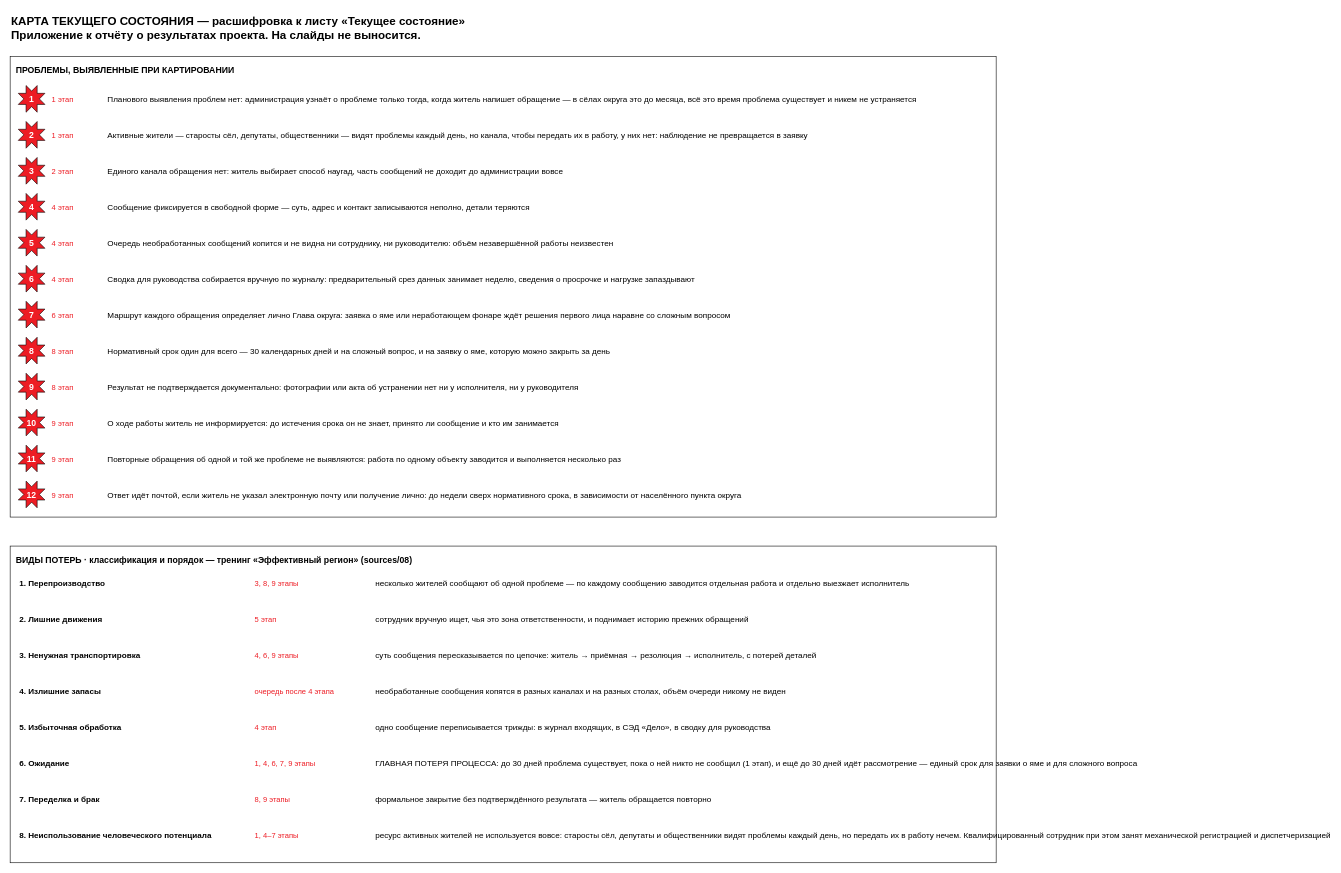
The draw.io diagram page "Проблемы и потери" (2 of 2) of файлы/karta-tekushchego.drawio in NiceGenn/Team-28-progress, before the edit. Source tidied: cells renumbered, new cells numbered last; positions are measured from the earlier drawing's top-left corner, leaving out a move shared by most shapes. Both pictures are drawn from the tidied source at 58%, with x=0, y=0 at pixel (10, 10).
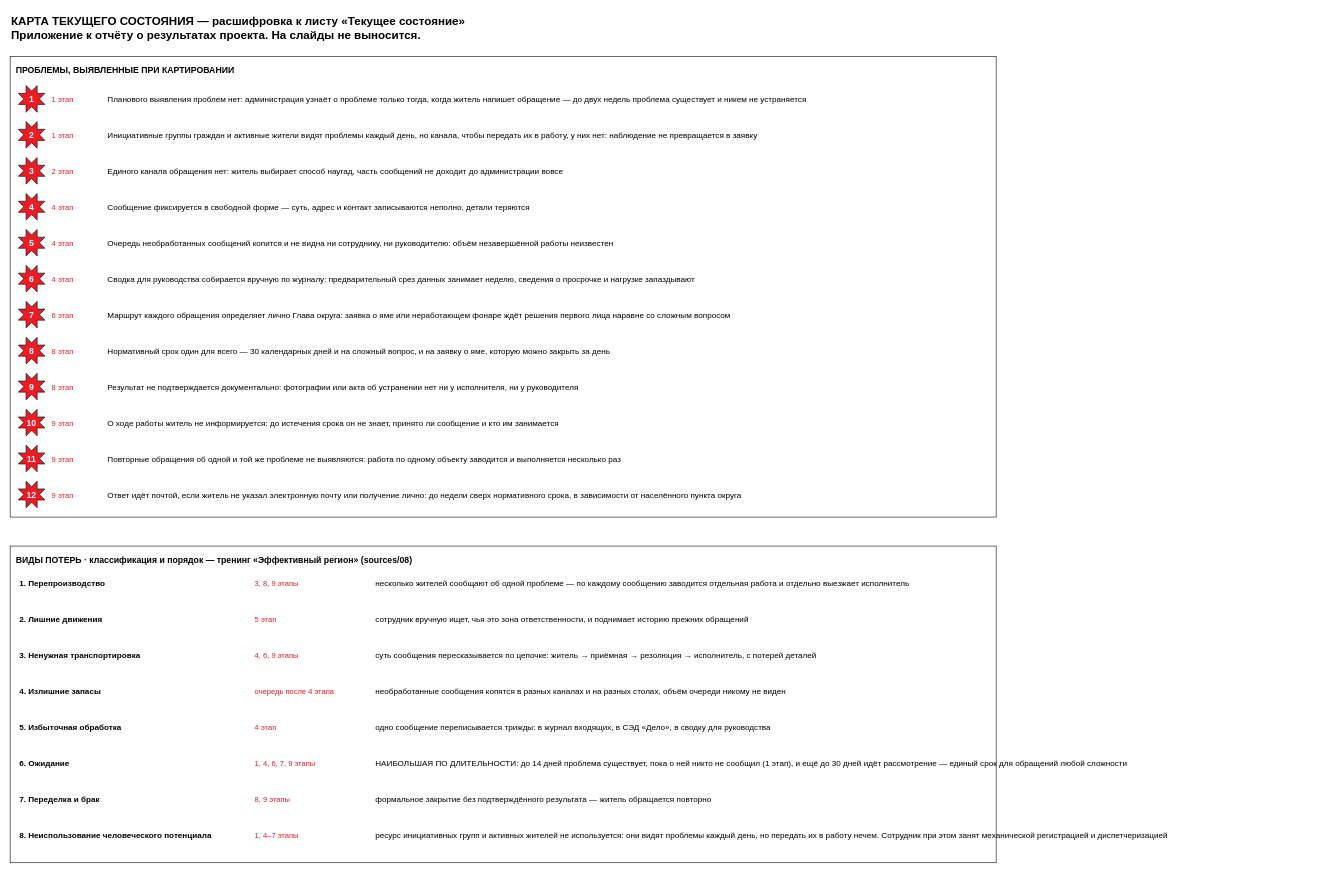
The same page after the edit.

The change refers to these unchanged cells:
```xml
<mxCell id="3" value="ПРОБЛЕМЫ, ВЫЯВЛЕННЫЕ ПРИ КАРТИРОВАНИИ" style="rounded=0;whiteSpace=wrap;html=1;fillColor=#FFFFFF;strokeColor=#000000;align=left;verticalAlign=top;fontSize=15;fontStyle=1;spacing=10;" parent="1" vertex="1">
  <mxGeometry y="80" width="1700" height="794" as="geometry" />
</mxCell>
<mxCell id="40" value="ВИДЫ ПОТЕРЬ  ·  классификация и порядок — тренинг «Эффективный регион» (sources/08)" style="rounded=0;whiteSpace=wrap;html=1;fillColor=#FFFFFF;strokeColor=#000000;align=left;verticalAlign=top;fontSize=15;fontStyle=1;spacing=10;" parent="1" vertex="1">
  <mxGeometry y="924" width="1700" height="546" as="geometry" />
</mxCell>
```

The edit, as a diff of the source:
```diff
@@
-    <mxCell id="6" value="Планового выявления проблем нет: администрация узнаёт о проблеме только тогда, когда житель напишет обращение — в сёлах округа это до месяца, всё это время проблема существует и никем не устраняется" style="text;html=1;align=left;verticalAlign=middle;fontSize=14;" parent="3" vertex="1">
+    <mxCell id="6" value="Планового выявления проблем нет: администрация узнаёт о проблеме только тогда, когда житель напишет обращение — до двух недель проблема существует и никем не устраняется" style="text;html=1;align=left;verticalAlign=middle;fontSize=14;" parent="3" vertex="1">
       <mxGeometry x="166" y="50" width="1516" height="48" as="geometry" />
     </mxCell>
@@
-    <mxCell id="9" value="Активные жители — старосты сёл, депутаты, общественники — видят проблемы каждый день, но канала, чтобы передать их в работу, у них нет: наблюдение не превращается в заявку" style="text;html=1;align=left;verticalAlign=middle;fontSize=14;" parent="3" vertex="1">
+    <mxCell id="9" value="Инициативные группы граждан и активные жители видят проблемы каждый день, но канала, чтобы передать их в работу, у них нет: наблюдение не превращается в заявку" style="text;html=1;align=left;verticalAlign=middle;fontSize=14;" parent="3" vertex="1">
       <mxGeometry x="166" y="112" width="1516" height="48" as="geometry" />
     </mxCell>
@@
-    <mxCell id="58" value="ГЛАВНАЯ ПОТЕРЯ ПРОЦЕССА: до 30 дней проблема существует, пока о ней никто не сообщил (1 этап), и ещё до 30 дней идёт рассмотрение — единый срок для заявки о яме и для сложного вопроса" style="text;html=1;align=left;verticalAlign=top;fontSize=14;" parent="40" vertex="1">
+    <mxCell id="58" value="НАИБОЛЬШАЯ ПО ДЛИТЕЛЬНОСТИ: до 14 дней проблема существует, пока о ней никто не сообщил (1 этап), и ещё до 30 дней идёт рассмотрение — единый срок для обращений любой сложности" style="text;html=1;align=left;verticalAlign=top;fontSize=14;" parent="40" vertex="1">
       <mxGeometry x="628" y="360" width="1054" height="54" as="geometry" />
     </mxCell>
@@
-    <mxCell id="64" value="ресурс активных жителей не используется вовсе: старосты сёл, депутаты и общественники видят проблемы каждый день, но передать их в работу нечем. Квалифицированный сотрудник при этом занят механической регистрацией и диспетчеризацией" style="text;html=1;align=left;verticalAlign=top;fontSize=14;" parent="40" vertex="1">
+    <mxCell id="64" value="ресурс инициативных групп и активных жителей не используется: они видят проблемы каждый день, но передать их в работу нечем. Сотрудник при этом занят механической регистрацией и диспетчеризацией" style="text;html=1;align=left;verticalAlign=top;fontSize=14;" parent="40" vertex="1">
       <mxGeometry x="628" y="484" width="1054" height="54" as="geometry" />
     </mxCell>
```
